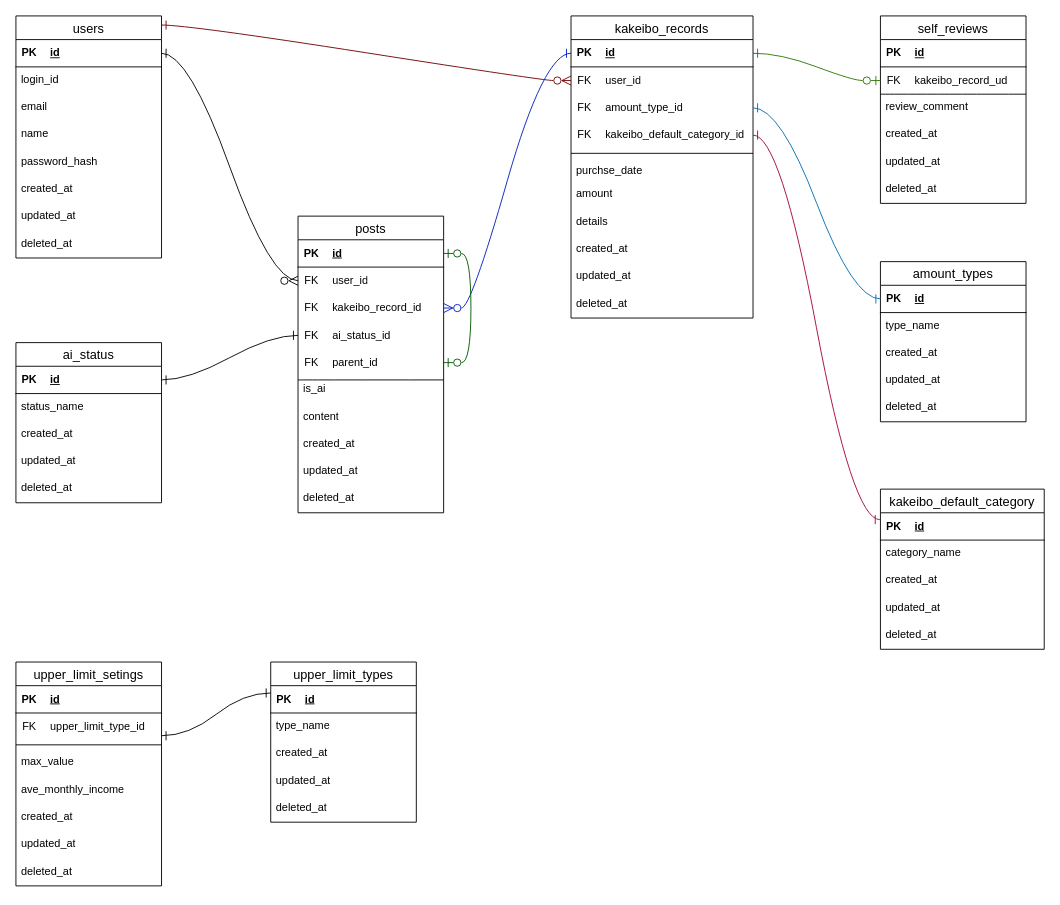
Above: docs/DB設計/ER図resmane.drawio in space-musicacct/resmane (draw.io), before the change. Source tidied: cells renumbered, new cells numbered last; positions are measured from the earlier drawing's top-left corner, leaving out a move shared by most shapes. Both pictures are drawn from the tidied source at 91%, with x=0, y=0 at pixel (15, 15).
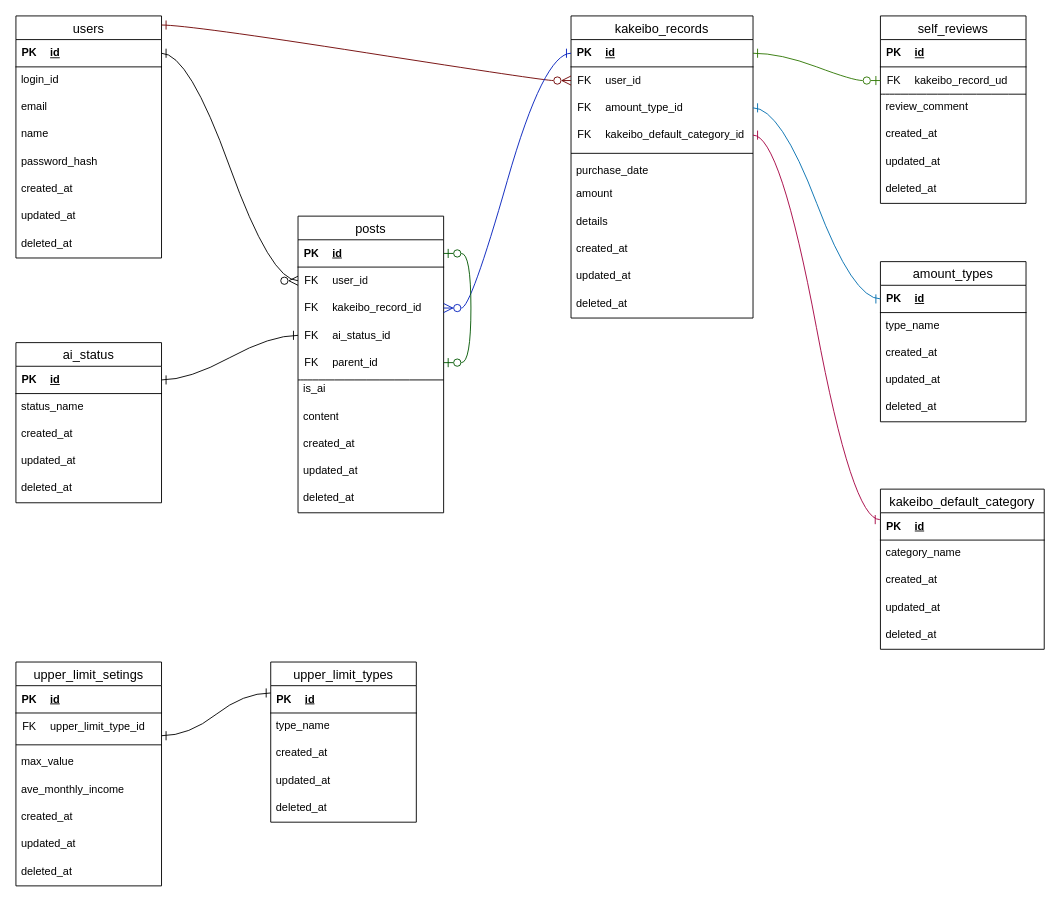
After the change.

Commit message:
ER図の purchse_date を purchase_date に修正

The change refers to these unchanged cells:
```xml
<mxCell id="14" value="kakeibo_records" style="swimlane;fontStyle=0;horizontal=1;startSize=26;align=center;fontSize=14;" parent="1" vertex="1">
  <mxGeometry x="610" width="200" height="332" as="geometry" />
</mxCell>
```

What changed in the source:
```diff
@@
-    <mxCell id="30" value="purchse_date" style="text;strokeColor=none;fillColor=none;spacingLeft=4;spacingRight=4;overflow=hidden;fontSize=12;whiteSpace=wrap;html=1;" parent="14" vertex="1">
+    <mxCell id="30" value="purchase_date" style="text;strokeColor=none;fillColor=none;spacingLeft=4;spacingRight=4;overflow=hidden;fontSize=12;whiteSpace=wrap;html=1;" parent="14" vertex="1">
       <mxGeometry y="156" width="200" height="26" as="geometry" />
     </mxCell>
```
